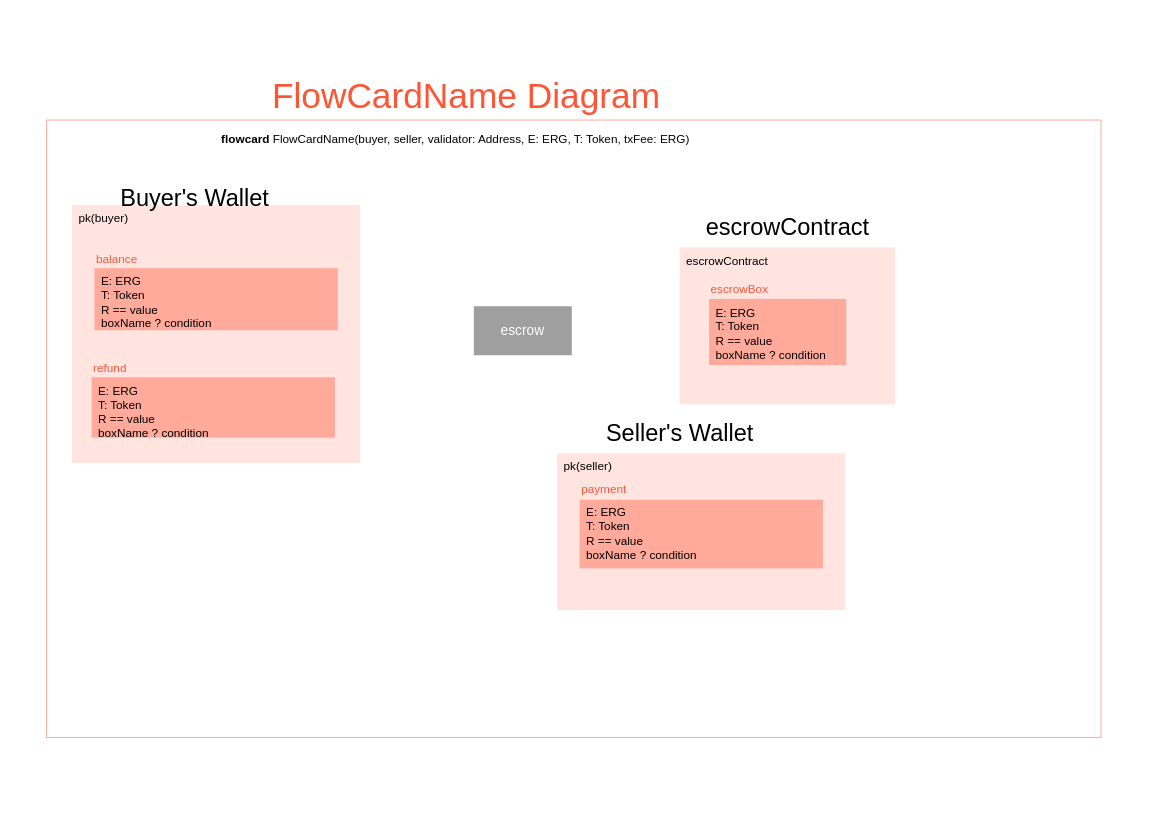
RalfWeiss/ergo-course-summary keeps this draw.io diagram as ergoscript/example-contracts/escrowContract.drawio. Above is the earlier version. Source tidied: cells renumbered, new cells numbered last; positions are measured from the earlier drawing's top-left corner, leaving out a move shared by most shapes. Both pictures are drawn from the tidied source at 98%, with x=0, y=0 at pixel (46, 80).
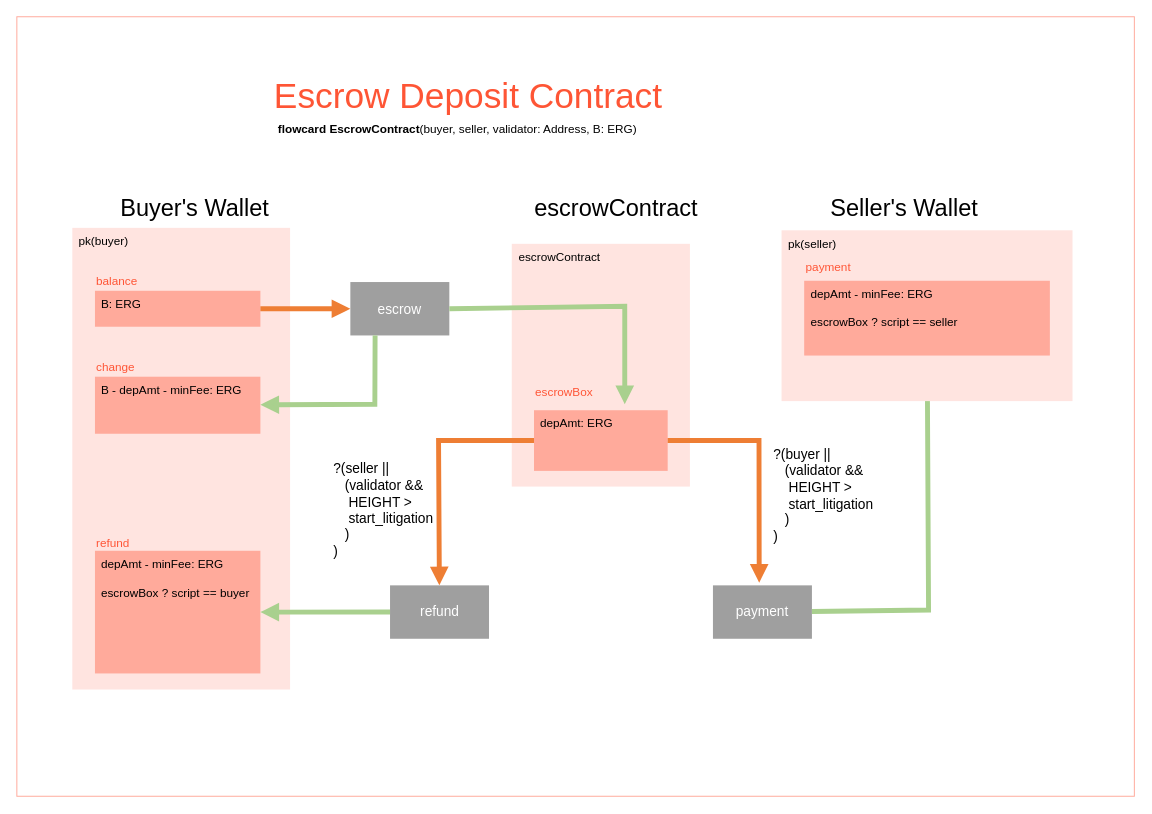
The same diagram, later.

What changed in the source:
```diff
@@
     <mxCell id="2" style="group;rounded=0;labelBackgroundColor=none;fontFamily=Helvetica;fontSize=14;fontColor=none;strokeColor=none;fillColor=none;align=left;html=1;" parent="1" vertex="1">
-      <mxGeometry width="1076" height="670" as="geometry" />
+      <mxGeometry width="1110" height="730" as="geometry" />
     </mxCell>
     <mxCell id="3" style="rounded=0;whiteSpace=wrap;html=1;fillColor=default;strokeColor=#ffaa9c;fontFamily=Helvetica;fontSize=12;fontColor=#000000;align=left;labelBackgroundColor=none;" parent="2" vertex="1">
-      <mxGeometry y="40" width="1076" height="630" as="geometry" />
+      <mxGeometry x="-30.3" y="-65.4" width="1140.3" height="795.4" as="geometry" />
     </mxCell>
-    <mxCell id="4" value="&lt;font style=&quot;font-size: 36px&quot;&gt;FlowCardName Diagram&lt;/font&gt;" style="text;html=1;align=center;verticalAlign=middle;strokeColor=none;fillColor=none;fontSize=12;fontFamily=Helvetica;fontColor=#fe5535;rounded=0;labelBackgroundColor=none;" parent="2" vertex="1">
-      <mxGeometry x="222.9" width="410" height="30" as="geometry" />
+    <mxCell id="4" value="&lt;font style=&quot;font-size: 36px&quot;&gt;Escrow Deposit Contract&lt;/font&gt;" style="text;html=1;align=center;verticalAlign=middle;strokeColor=none;fillColor=none;fontSize=12;fontFamily=Helvetica;fontColor=#fe5535;rounded=0;labelBackgroundColor=none;" parent="2" vertex="1">
+      <mxGeometry x="225.1" width="410" height="30" as="geometry" />
     </mxCell>
-    <mxCell id="5" value="&lt;b&gt;flowcard &lt;/b&gt;FlowCardName(buyer, seller, validator: Address, E: ERG, T: Token, txFee: ERG)" style="text;html=1;align=center;verticalAlign=middle;strokeColor=none;fillColor=none;fontSize=12;fontFamily=Helvetica;fontColor=#000000;rounded=0;labelBackgroundColor=none;" parent="2" vertex="1">
-      <mxGeometry x="172.1" y="50" width="490" height="20" as="geometry" />
+    <mxCell id="5" value="&lt;b&gt;flowcard EscrowContract&lt;/b&gt;(buyer, seller, validator: Address, B: ERG)" style="text;html=1;align=center;verticalAlign=middle;strokeColor=none;fillColor=none;fontSize=12;fontFamily=Helvetica;fontColor=#000000;rounded=0;labelBackgroundColor=none;" parent="2" vertex="1">
+      <mxGeometry x="229.4" y="40" width="380" height="20" as="geometry" />
     </mxCell>
     <mxCell id="6" style="group;rounded=0;labelBackgroundColor=none;fontFamily=Helvetica;fontSize=14;fontColor=none;strokeColor=none;fillColor=none;align=left;html=1;" parent="2" vertex="1">
-      <mxGeometry x="26" y="110" width="294" height="280" as="geometry" />
+      <mxGeometry x="26.3" y="119.9" width="296.9" height="501.2" as="geometry" />
     </mxCell>
     <mxCell id="7" value="&lt;div&gt;pk(buyer)&lt;/div&gt;" style="rounded=0;whiteSpace=wrap;html=1;fontFamily=Helvetica;fontSize=12;strokeColor=none;fillColor=#ffe4e0;fontColor=#000000;align=left;labelBackgroundColor=none;verticalAlign=top;spacingLeft=5;" parent="6" vertex="1">
-      <mxGeometry y="16.8" width="294" height="263.2" as="geometry" />
+      <mxGeometry y="30.1" width="222.2" height="471.1" as="geometry" />
     </mxCell>
     <mxCell id="8" value="&lt;div align=&quot;left&quot;&gt;&lt;font style=&quot;font-size: 24px&quot;&gt;Buyer's Wallet&lt;/font&gt;&lt;br&gt;&lt;/div&gt;" style="text;html=1;align=center;verticalAlign=middle;strokeColor=none;fillColor=none;fontSize=12;fontFamily=Helvetica;fontColor=#000000;rounded=0;labelBackgroundColor=none;" parent="6" vertex="1">
-      <mxGeometry x="39.5" width="170" height="20" as="geometry" />
+      <mxGeometry x="39.9" width="170" height="20" as="geometry" />
     </mxCell>
+    <mxCell id="12" style="group;rounded=0;fontFamily=Helvetica;fontSize=12;fontColor=#000000;strokeColor=none;fillColor=none;align=left;labelBackgroundColor=none;html=1;" parent="6" vertex="1">
+      <mxGeometry x="23.1" y="73.3" width="168.8" height="66.7" as="geometry" />
+    </mxCell>
+    <mxCell id="13" value="&lt;div style=&quot;font-size: 12px&quot; align=&quot;left&quot;&gt;&lt;font style=&quot;font-size: 12px&quot; color=&quot;#000000&quot;&gt;B: ERG&lt;/font&gt;&lt;/div&gt;&lt;div style=&quot;font-size: 12px&quot; align=&quot;left&quot;&gt;&lt;br&gt;&lt;/div&gt;&lt;div&gt;&lt;br&gt;&lt;/div&gt;&lt;div style=&quot;font-size: 12px&quot;&gt;&lt;br&gt;&lt;/div&gt;" style="rounded=0;whiteSpace=wrap;html=1;fontFamily=Helvetica;fontSize=24;fontColor=#000000;strokeColor=none;fillColor=#ffaa9b;align=left;labelBackgroundColor=none;verticalAlign=top;spacingLeft=5;" parent="12" vertex="1">
+      <mxGeometry y="21" width="168.8" height="36.7" as="geometry" />
+    </mxCell>
+    <mxCell id="14" value="balance" style="text;html=1;align=left;verticalAlign=middle;strokeColor=none;fillColor=none;fontSize=12;fontFamily=Helvetica;fontColor=#ff5536;rounded=0;labelBackgroundColor=none;" parent="12" vertex="1">
+      <mxGeometry y="1.9" width="60" height="20" as="geometry" />
+    </mxCell>
+    <mxCell id="28" style="group;rounded=0;fontFamily=Helvetica;fontSize=12;fontColor=#000000;strokeColor=none;fillColor=none;align=left;labelBackgroundColor=none;html=1;" parent="6" vertex="1">
+      <mxGeometry x="23.1" y="160.2" width="168.8" height="107.4" as="geometry" />
+    </mxCell>
+    <mxCell id="29" value="&lt;div style=&quot;font-size: 12px&quot; align=&quot;left&quot;&gt;&lt;font style=&quot;font-size: 12px&quot; color=&quot;#000000&quot;&gt;B - depAmt - minFee: ERG&lt;/font&gt;&lt;/div&gt;" style="rounded=0;whiteSpace=wrap;html=1;fontFamily=Helvetica;fontSize=24;fontColor=#000000;strokeColor=none;fillColor=#ffaa9b;align=left;labelBackgroundColor=none;verticalAlign=top;spacingLeft=5;" parent="28" vertex="1">
+      <mxGeometry y="21.8" width="168.8" height="58.2" as="geometry" />
+    </mxCell>
+    <mxCell id="30" value="change" style="text;html=1;align=left;verticalAlign=middle;strokeColor=none;fillColor=none;fontSize=12;fontFamily=Helvetica;fontColor=#ff5536;rounded=0;labelBackgroundColor=none;" parent="28" vertex="1">
+      <mxGeometry y="3" width="50" height="20" as="geometry" />
+    </mxCell>
     <mxCell id="9" style="group;rounded=0;fontFamily=Helvetica;fontSize=12;fontColor=#000000;strokeColor=none;fillColor=none;align=left;labelBackgroundColor=none;html=1;" parent="6" vertex="1">
-      <mxGeometry x="20" y="172" width="248.3" height="82.1" as="geometry" />
+      <mxGeometry x="23.1" y="337.8" width="168.8" height="147" as="geometry" />
     </mxCell>
-    <mxCell id="10" value="&lt;div style=&quot;font-size: 12px&quot; align=&quot;left&quot;&gt;&lt;font style=&quot;font-size: 12px&quot; color=&quot;#000000&quot;&gt;E: ERG&lt;/font&gt;&lt;/div&gt;&lt;div style=&quot;font-size: 12px&quot; align=&quot;left&quot;&gt;&lt;font style=&quot;font-size: 12px&quot; color=&quot;#000000&quot;&gt;T: Token&lt;br&gt;&lt;/font&gt;&lt;/div&gt;&lt;div style=&quot;font-size: 12px&quot; align=&quot;left&quot;&gt;&lt;font style=&quot;font-size: 12px&quot; color=&quot;#000000&quot;&gt;R == value&lt;/font&gt;&lt;/div&gt;&lt;div style=&quot;font-size: 12px&quot; align=&quot;left&quot;&gt;&lt;font style=&quot;font-size: 12px&quot; color=&quot;#000000&quot;&gt;boxName ? condition&lt;br&gt;&lt;/font&gt;&lt;/div&gt;&lt;div&gt;&lt;br&gt;&lt;/div&gt;&lt;div style=&quot;font-size: 12px&quot;&gt;&lt;br&gt;&lt;/div&gt;" style="rounded=0;whiteSpace=wrap;html=1;fontFamily=Helvetica;fontSize=24;fontColor=#000000;strokeColor=none;fillColor=#ffaa9b;align=left;labelBackgroundColor=none;verticalAlign=top;spacingLeft=5;" parent="9" vertex="1">
-      <mxGeometry y="20.5" width="248.3" height="61.6" as="geometry" />
+    <mxCell id="10" value="&lt;div style=&quot;font-size: 12px&quot; align=&quot;left&quot;&gt;&lt;font style=&quot;font-size: 12px&quot; color=&quot;#000000&quot;&gt;depAmt - minFee: ERG&lt;/font&gt;&lt;/div&gt;&lt;div style=&quot;font-size: 12px&quot; align=&quot;left&quot;&gt;&lt;br&gt;&lt;/div&gt;&lt;div style=&quot;font-size: 12px&quot; align=&quot;left&quot;&gt;&lt;span&gt;escrowBox ? script == buyer&lt;/span&gt;&lt;/div&gt;" style="rounded=0;whiteSpace=wrap;html=1;fontFamily=Helvetica;fontSize=24;fontColor=#000000;strokeColor=none;fillColor=#ffaa9b;align=left;labelBackgroundColor=none;verticalAlign=top;spacingLeft=5;" parent="9" vertex="1">
+      <mxGeometry y="21.8" width="168.8" height="125.2" as="geometry" />
     </mxCell>
     <mxCell id="11" value="refund" style="text;html=1;align=left;verticalAlign=middle;strokeColor=none;fillColor=none;fontSize=12;fontFamily=Helvetica;fontColor=#ff5536;rounded=0;labelBackgroundColor=none;" parent="9" vertex="1">
-      <mxGeometry y="2.3" width="50" height="20" as="geometry" />
+      <mxGeometry y="4.1" width="50" height="20" as="geometry" />
     </mxCell>
-    <mxCell id="12" style="group;rounded=0;fontFamily=Helvetica;fontSize=12;fontColor=#000000;strokeColor=none;fillColor=none;align=left;labelBackgroundColor=none;html=1;" parent="6" vertex="1">
-      <mxGeometry x="22.9" y="60" width="248.3" height="84.6" as="geometry" />
-    </mxCell>
-    <mxCell id="13" value="&lt;div style=&quot;font-size: 12px&quot; align=&quot;left&quot;&gt;&lt;font style=&quot;font-size: 12px&quot; color=&quot;#000000&quot;&gt;E: ERG&lt;/font&gt;&lt;/div&gt;&lt;div style=&quot;font-size: 12px&quot; align=&quot;left&quot;&gt;&lt;font style=&quot;font-size: 12px&quot; color=&quot;#000000&quot;&gt;T: Token&lt;br&gt;&lt;/font&gt;&lt;/div&gt;&lt;div style=&quot;font-size: 12px&quot; align=&quot;left&quot;&gt;&lt;font style=&quot;font-size: 12px&quot; color=&quot;#000000&quot;&gt;R == value&lt;/font&gt;&lt;/div&gt;&lt;div style=&quot;font-size: 12px&quot; align=&quot;left&quot;&gt;&lt;font style=&quot;font-size: 12px&quot; color=&quot;#000000&quot;&gt;boxName ? condition&lt;br&gt;&lt;/font&gt;&lt;/div&gt;&lt;div&gt;&lt;br&gt;&lt;/div&gt;&lt;div style=&quot;font-size: 12px&quot;&gt;&lt;br&gt;&lt;/div&gt;" style="rounded=0;whiteSpace=wrap;html=1;fontFamily=Helvetica;fontSize=24;fontColor=#000000;strokeColor=none;fillColor=#ffaa9b;align=left;labelBackgroundColor=none;verticalAlign=top;spacingLeft=5;" parent="12" vertex="1">
-      <mxGeometry y="21.1" width="248.3" height="63.4" as="geometry" />
-    </mxCell>
-    <mxCell id="14" value="balance" style="text;html=1;align=left;verticalAlign=middle;strokeColor=none;fillColor=none;fontSize=12;fontFamily=Helvetica;fontColor=#ff5536;rounded=0;labelBackgroundColor=none;" parent="12" vertex="1">
-      <mxGeometry y="2.3" width="60" height="20" as="geometry" />
-    </mxCell>
     <mxCell id="15" value="&lt;div&gt;escrow&lt;/div&gt;" style="rounded=0;whiteSpace=wrap;html=1;fontFamily=Helvetica;fontSize=14;fontColor=#FFFFFF;strokeColor=none;fillColor=#9f9f9f;align=center;" parent="2" vertex="1">
-      <mxGeometry x="436" y="230" width="100" height="50" as="geometry" />
+      <mxGeometry x="310" y="205.3" width="101" height="54.5" as="geometry" />
     </mxCell>
+    <mxCell id="31" style="endArrow=block;html=1;fontFamily=Helvetica;fontSize=14;fontColor=#FFFFFF;endFill=1;strokeWidth=5;strokeColor=#ee7e34;rounded=0;entryX=0;entryY=0.5;entryDx=0;entryDy=0;exitX=1;exitY=0.5;exitDx=0;exitDy=0;" parent="2" edge="1" source="13" target="15">
+      <mxGeometry relative="1" as="geometry" />
+    </mxCell>
+    <mxCell id="32" style="endArrow=block;html=1;fontFamily=Helvetica;fontSize=14;fontColor=#FFFFFF;endFill=1;strokeWidth=5;strokeColor=#a9d08e;rounded=0;exitX=0.25;exitY=1;exitDx=0;exitDy=0;" parent="2" edge="1" source="15" target="29">
+      <mxGeometry relative="1" as="geometry">
+        <Array as="points">
+          <mxPoint x="335" y="330" />
+        </Array>
+      </mxGeometry>
+    </mxCell>
+    <mxCell id="33" value="&lt;div&gt;refund&lt;/div&gt;" style="rounded=0;whiteSpace=wrap;html=1;fontFamily=Helvetica;fontSize=14;fontColor=#FFFFFF;strokeColor=none;fillColor=#9f9f9f;align=center;" parent="2" vertex="1">
+      <mxGeometry x="350.5" y="514.8" width="101" height="54.5" as="geometry" />
+    </mxCell>
+    <mxCell id="34" style="endArrow=block;html=1;fontFamily=Helvetica;fontSize=14;fontColor=#FFFFFF;endFill=1;strokeWidth=5;strokeColor=#a9d08e;rounded=0;exitX=0;exitY=0.5;exitDx=0;exitDy=0;" parent="2" edge="1" source="33" target="10">
+      <mxGeometry relative="1" as="geometry" />
+    </mxCell>
     <mxCell id="16" style="group;rounded=0;labelBackgroundColor=none;fontFamily=Helvetica;fontSize=14;fontColor=none;strokeColor=none;fillColor=none;align=left;html=1;" parent="2" vertex="1">
-      <mxGeometry x="646" y="140" width="220" height="190" as="geometry" />
+      <mxGeometry x="474.7" y="119.9" width="181.8" height="294.2" as="geometry" />
     </mxCell>
     <mxCell id="17" value="&lt;div&gt;escrowContract&lt;/div&gt;" style="rounded=0;whiteSpace=wrap;html=1;fontFamily=Helvetica;fontSize=12;strokeColor=none;fillColor=#ffe4e0;fontColor=#000000;align=left;labelBackgroundColor=none;verticalAlign=top;spacingLeft=5;" parent="16" vertex="1">
-      <mxGeometry y="30" width="220" height="160" as="geometry" />
+      <mxGeometry y="46.4" width="181.8" height="247.7" as="geometry" />
     </mxCell>
     <mxCell id="18" value="&lt;div align=&quot;left&quot;&gt;&lt;font style=&quot;font-size: 24px&quot;&gt;escrowContract&lt;/font&gt;&lt;br&gt;&lt;/div&gt;" style="text;html=1;align=center;verticalAlign=middle;strokeColor=none;fillColor=none;fontSize=12;fontFamily=Helvetica;fontColor=#000000;rounded=0;labelBackgroundColor=none;" parent="16" vertex="1">
-      <mxGeometry x="20" width="180" height="20" as="geometry" />
+      <mxGeometry x="16.5" width="180" height="20" as="geometry" />
     </mxCell>
     <mxCell id="19" style="group;rounded=0;fontFamily=Helvetica;fontSize=12;fontColor=#000000;strokeColor=none;fillColor=none;align=left;labelBackgroundColor=none;html=1;" parent="16" vertex="1">
-      <mxGeometry x="30" y="60" width="140" height="90" as="geometry" />
+      <mxGeometry x="22.7" y="185.2" width="136.4" height="92.9" as="geometry" />
     </mxCell>
-    <mxCell id="20" value="&lt;div style=&quot;font-size: 12px&quot; align=&quot;left&quot;&gt;&lt;font style=&quot;font-size: 12px&quot; color=&quot;#000000&quot;&gt;E: ERG&lt;/font&gt;&lt;/div&gt;&lt;div style=&quot;font-size: 12px&quot; align=&quot;left&quot;&gt;&lt;font style=&quot;font-size: 12px&quot; color=&quot;#000000&quot;&gt;T: Token&lt;br&gt;&lt;/font&gt;&lt;/div&gt;&lt;div style=&quot;font-size: 12px&quot; align=&quot;left&quot;&gt;&lt;font style=&quot;font-size: 12px&quot; color=&quot;#000000&quot;&gt;R == value&lt;/font&gt;&lt;/div&gt;&lt;div style=&quot;font-size: 12px&quot; align=&quot;left&quot;&gt;&lt;font style=&quot;font-size: 12px&quot; color=&quot;#000000&quot;&gt;boxName ? condition&lt;br&gt;&lt;/font&gt;&lt;/div&gt;&lt;div&gt;&lt;br&gt;&lt;/div&gt;&lt;div style=&quot;font-size: 12px&quot;&gt;&lt;br&gt;&lt;/div&gt;" style="rounded=0;whiteSpace=wrap;html=1;fontFamily=Helvetica;fontSize=24;fontColor=#000000;strokeColor=none;fillColor=#ffaa9b;align=left;labelBackgroundColor=none;verticalAlign=top;spacingLeft=5;" parent="19" vertex="1">
-      <mxGeometry y="22.5" width="140" height="67.5" as="geometry" />
+    <mxCell id="20" value="&lt;div style=&quot;font-size: 12px&quot; align=&quot;left&quot;&gt;&lt;font style=&quot;font-size: 12px&quot; color=&quot;#000000&quot;&gt;depAmt: ERG&lt;/font&gt;&lt;/div&gt;&lt;div style=&quot;font-size: 12px&quot; align=&quot;left&quot;&gt;&lt;br&gt;&lt;/div&gt;&lt;div style=&quot;font-size: 12px&quot;&gt;&lt;br&gt;&lt;/div&gt;" style="rounded=0;whiteSpace=wrap;html=1;fontFamily=Helvetica;fontSize=24;fontColor=#000000;strokeColor=none;fillColor=#ffaa9b;align=left;labelBackgroundColor=none;verticalAlign=top;spacingLeft=5;" parent="19" vertex="1">
+      <mxGeometry y="31" width="136.4" height="61.9" as="geometry" />
     </mxCell>
     <mxCell id="21" value="escrowBox" style="text;html=1;align=left;verticalAlign=middle;strokeColor=none;fillColor=none;fontSize=12;fontFamily=Helvetica;fontColor=#ff5536;rounded=0;labelBackgroundColor=none;" parent="19" vertex="1">
-      <mxGeometry y="2.5" width="70" height="20" as="geometry" />
+      <mxGeometry y="2.6" width="70" height="20" as="geometry" />
     </mxCell>
+    <mxCell id="35" style="endArrow=block;html=1;fontFamily=Helvetica;fontSize=14;fontColor=#FFFFFF;endFill=1;strokeWidth=5;strokeColor=#ee7e34;rounded=0;exitX=0;exitY=0.5;exitDx=0;exitDy=0;" parent="2" edge="1" source="20" target="33">
+      <mxGeometry relative="1" as="geometry">
+        <Array as="points">
+          <mxPoint x="400" y="367" />
+        </Array>
+      </mxGeometry>
+    </mxCell>
+    <mxCell id="36" value="&lt;div&gt;&lt;span&gt;?(seller ||&amp;nbsp;&lt;/span&gt;&lt;br&gt;&lt;/div&gt;&lt;div&gt;&amp;nbsp; &amp;nbsp;(validator &amp;amp;&amp;amp;&amp;nbsp;&lt;/div&gt;&lt;div&gt;&amp;nbsp; &amp;nbsp; HEIGHT &amp;gt;&amp;nbsp;&lt;/div&gt;&lt;div&gt;&amp;nbsp; &amp;nbsp; start_litigation&lt;/div&gt;&lt;div&gt;&amp;nbsp; &amp;nbsp;)&lt;/div&gt;&lt;div&gt;)&lt;br&gt;&lt;/div&gt;" style="edgeLabel;html=1;align=left;verticalAlign=middle;fontSize=14;fontFamily=Helvetica;fontColor=#000000;labelBackgroundColor=none;rounded=0;strokeColor=default;fillColor=none;" parent="35" vertex="1">
+      <mxGeometry x="0.58" y="-1" relative="1" as="geometry">
+        <mxPoint x="-109" y="-26" as="offset" />
+      </mxGeometry>
+    </mxCell>
+    <mxCell id="37" value="&lt;div&gt;payment&lt;/div&gt;" style="rounded=0;whiteSpace=wrap;html=1;fontFamily=Helvetica;fontSize=14;fontColor=#FFFFFF;strokeColor=none;fillColor=#9f9f9f;align=center;" parent="2" vertex="1">
+      <mxGeometry x="680" y="514.8" width="101" height="54.5" as="geometry" />
+    </mxCell>
+    <mxCell id="38" style="endArrow=block;html=1;fontFamily=Helvetica;fontSize=14;fontColor=#FFFFFF;endFill=1;strokeWidth=5;strokeColor=#ee7e34;rounded=0;exitX=1;exitY=0.5;exitDx=0;exitDy=0;" parent="2" edge="1" source="20">
+      <mxGeometry relative="1" as="geometry">
+        <mxPoint x="727.2" y="512.1" as="targetPoint" />
+        <Array as="points">
+          <mxPoint x="727" y="367" />
+        </Array>
+      </mxGeometry>
+    </mxCell>
+    <mxCell id="39" value="&lt;span&gt;?(buyer ||&amp;nbsp;&lt;/span&gt;&lt;br&gt;&lt;div&gt;&amp;nbsp; &amp;nbsp;(validator &amp;amp;&amp;amp;&amp;nbsp;&lt;/div&gt;&lt;div&gt;&amp;nbsp; &amp;nbsp; HEIGHT &amp;gt;&amp;nbsp;&lt;/div&gt;&lt;div&gt;&amp;nbsp; &amp;nbsp; start_litigation&lt;/div&gt;&lt;div&gt;&amp;nbsp; &amp;nbsp;)&lt;/div&gt;&lt;div&gt;)&lt;/div&gt;" style="edgeLabel;html=1;align=left;verticalAlign=middle;fontSize=14;fontFamily=Helvetica;fontColor=#000000;labelBackgroundColor=none;rounded=0;strokeColor=default;fillColor=none;" parent="38" vertex="1">
+      <mxGeometry x="0.58" y="-1" relative="1" as="geometry">
+        <mxPoint x="14" y="-39" as="offset" />
+      </mxGeometry>
+    </mxCell>
+    <mxCell id="40" style="endArrow=block;html=1;fontFamily=Helvetica;fontSize=14;fontColor=#FFFFFF;endFill=1;strokeWidth=5;strokeColor=#a9d08e;rounded=0;" parent="2" edge="1" source="37" target="26">
+      <mxGeometry relative="1" as="geometry">
+        <Array as="points">
+          <mxPoint x="900" y="540" />
+        </Array>
+      </mxGeometry>
+    </mxCell>
+    <mxCell id="41" style="endArrow=block;html=1;fontFamily=Helvetica;fontSize=14;fontColor=#FFFFFF;endFill=1;strokeWidth=5;strokeColor=#a9d08e;rounded=0;exitX=1;exitY=0.5;exitDx=0;exitDy=0;" parent="2" edge="1" source="15">
+      <mxGeometry relative="1" as="geometry">
+        <mxPoint x="590" y="330" as="targetPoint" />
+        <Array as="points">
+          <mxPoint x="590" y="230" />
+        </Array>
+      </mxGeometry>
+    </mxCell>
+    <mxCell id="42" style="edgeLabel;html=1;align=center;verticalAlign=middle;fontSize=14;fontFamily=Helvetica;fontColor=#000000;labelBackgroundColor=none;rounded=0;strokeColor=default;fillColor=none;" parent="41" vertex="1">
+      <mxGeometry x="0.58" y="-1" relative="1" as="geometry">
+        <mxPoint x="-45" y="9" as="offset" />
+      </mxGeometry>
+    </mxCell>
     <mxCell id="22" style="group;rounded=0;labelBackgroundColor=none;fontFamily=Helvetica;fontSize=14;fontColor=none;strokeColor=none;fillColor=none;align=left;html=1;" parent="2" vertex="1">
-      <mxGeometry x="521" y="350" width="294" height="190" as="geometry" />
+      <mxGeometry x="750" y="119.8" width="296.9" height="207" as="geometry" />
     </mxCell>
     <mxCell id="23" value="&lt;div&gt;pk(seller)&lt;/div&gt;" style="rounded=0;whiteSpace=wrap;html=1;fontFamily=Helvetica;fontSize=12;strokeColor=none;fillColor=#ffe4e0;fontColor=#000000;align=left;labelBackgroundColor=none;verticalAlign=top;spacingLeft=5;" parent="22" vertex="1">
-      <mxGeometry y="30" width="294" height="160" as="geometry" />
+      <mxGeometry y="32.7" width="296.9" height="174.3" as="geometry" />
     </mxCell>
     <mxCell id="24" value="&lt;div align=&quot;left&quot;&gt;&lt;font style=&quot;font-size: 24px&quot;&gt;Seller's Wallet&lt;/font&gt;&lt;br&gt;&lt;/div&gt;" style="text;html=1;align=center;verticalAlign=middle;strokeColor=none;fillColor=none;fontSize=12;fontFamily=Helvetica;fontColor=#000000;rounded=0;labelBackgroundColor=none;" parent="22" vertex="1">
-      <mxGeometry x="39.5" width="170" height="20" as="geometry" />
+      <mxGeometry x="39.9" width="170" height="20" as="geometry" />
     </mxCell>
     <mxCell id="25" style="group;rounded=0;fontFamily=Helvetica;fontSize=12;fontColor=#000000;strokeColor=none;fillColor=none;align=left;labelBackgroundColor=none;html=1;" parent="22" vertex="1">
-      <mxGeometry x="22.9" y="54" width="248.3" height="93.4" as="geometry" />
+      <mxGeometry x="23.1" y="58.8" width="250.7" height="101.8" as="geometry" />
     </mxCell>
-    <mxCell id="26" value="&lt;div style=&quot;font-size: 12px&quot; align=&quot;left&quot;&gt;&lt;font style=&quot;font-size: 12px&quot; color=&quot;#000000&quot;&gt;E: ERG&lt;/font&gt;&lt;/div&gt;&lt;div style=&quot;font-size: 12px&quot; align=&quot;left&quot;&gt;&lt;font style=&quot;font-size: 12px&quot; color=&quot;#000000&quot;&gt;T: Token&lt;br&gt;&lt;/font&gt;&lt;/div&gt;&lt;div style=&quot;font-size: 12px&quot; align=&quot;left&quot;&gt;&lt;font style=&quot;font-size: 12px&quot; color=&quot;#000000&quot;&gt;R == value&lt;/font&gt;&lt;/div&gt;&lt;div style=&quot;font-size: 12px&quot; align=&quot;left&quot;&gt;&lt;font style=&quot;font-size: 12px&quot; color=&quot;#000000&quot;&gt;boxName ? condition&lt;br&gt;&lt;/font&gt;&lt;/div&gt;&lt;div&gt;&lt;br&gt;&lt;/div&gt;&lt;div style=&quot;font-size: 12px&quot;&gt;&lt;br&gt;&lt;/div&gt;" style="rounded=0;whiteSpace=wrap;html=1;fontFamily=Helvetica;fontSize=24;fontColor=#000000;strokeColor=none;fillColor=#ffaa9b;align=left;labelBackgroundColor=none;verticalAlign=top;spacingLeft=5;" parent="25" vertex="1">
-      <mxGeometry y="23.4" width="248.3" height="70.1" as="geometry" />
+    <mxCell id="26" value="&lt;div style=&quot;font-size: 12px&quot; align=&quot;left&quot;&gt;&lt;div align=&quot;left&quot;&gt;&lt;font color=&quot;#000000&quot;&gt;depAmt - minFee: ERG&lt;/font&gt;&lt;/div&gt;&lt;div align=&quot;left&quot;&gt;&lt;br&gt;&lt;/div&gt;&lt;div align=&quot;left&quot;&gt;escrowBox ? script == seller&lt;/div&gt;&lt;/div&gt;" style="rounded=0;whiteSpace=wrap;html=1;fontFamily=Helvetica;fontSize=24;fontColor=#000000;strokeColor=none;fillColor=#ffaa9b;align=left;labelBackgroundColor=none;verticalAlign=top;spacingLeft=5;" parent="25" vertex="1">
+      <mxGeometry y="25.4" width="250.7" height="76.3" as="geometry" />
     </mxCell>
     <mxCell id="27" value="payment" style="text;html=1;align=left;verticalAlign=middle;strokeColor=none;fillColor=none;fontSize=12;fontFamily=Helvetica;fontColor=#ff5536;rounded=0;labelBackgroundColor=none;" parent="25" vertex="1">
-      <mxGeometry y="2.6" width="60" height="20" as="geometry" />
+      <mxGeometry y="2.8" width="60" height="20" as="geometry" />
     </mxCell>
```
